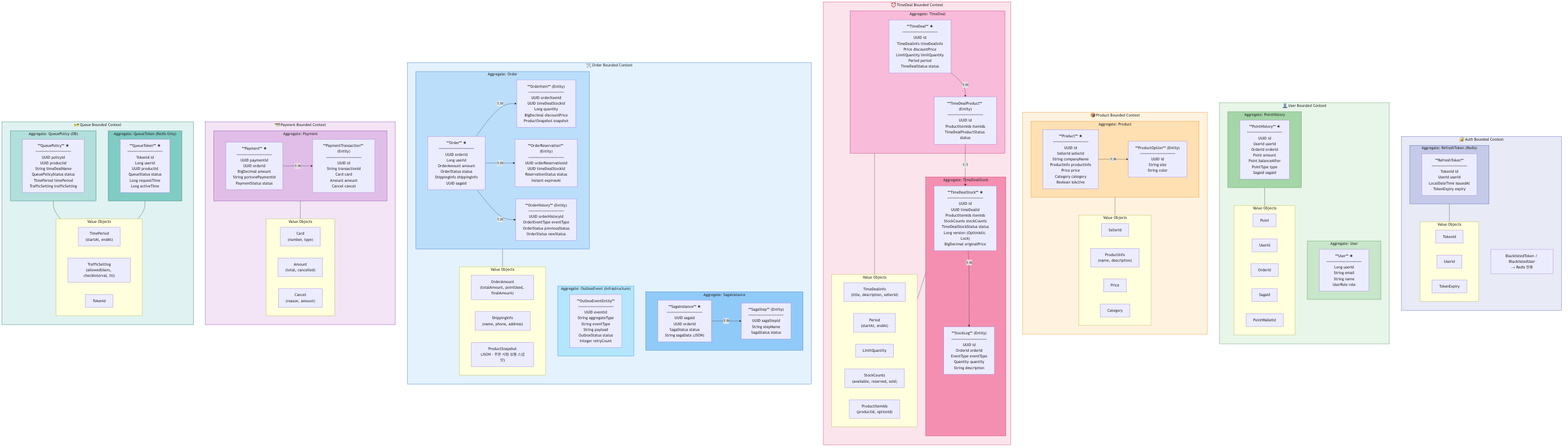
Earlier version of the Mermaid export docs/image/ddd.png (chachohee/rush-deal). Its source is kept beside it as docs/ddd.mmd. Source of this version:
```mermaid
flowchart TB

  subgraph AuthBC["🔐 Auth Bounded Context"]
    direction TB
    subgraph AuthAR["Aggregate: RefreshToken (Redis)"]
      RT["**RefreshToken**\n─────────────\nTokenId id\nUserId userId\nLocalDateTime issuedAt\nTokenExpiry expiry"]
    end
    subgraph AuthVO["Value Objects"]
      direction LR
      VO_TokenId["TokenId"]
      VO_UserId_A["UserId"]
      VO_TokenExpiry["TokenExpiry"]
    end
    AuthAR --- AuthVO
    AuthNote["BlacklistedToken / BlacklistedUser\n→ Redis 전용"]
  end

  subgraph UserBC["👤 User Bounded Context"]
    direction TB
    subgraph UserAR["Aggregate: User"]
      U["**User** ★\n─────────────\nLong userId\nString email\nString name\nUserRole role"]
    end
    subgraph PointAR["Aggregate: PointHistory"]
      PH["**PointHistory** ★\n─────────────\nUUID id\nUserId userId\nOrderId orderId\nPoint amount\nPoint balanceAfter\nPointType type\nSagaId sagaId"]
    end
    subgraph UserVO["Value Objects"]
      direction LR
      VO_Point["Point"]
      VO_UserId_U["UserId"]
      VO_OrderId_U["OrderId"]
      VO_SagaId["SagaId"]
      VO_PointWalletId["PointWalletId"]
    end
    PointAR --- UserVO
  end

  subgraph ProductBC["📦 Product Bounded Context"]
    direction TB
    subgraph ProductAR["Aggregate: Product"]
      P["**Product** ★\n─────────────\nUUID id\nSellerId sellerId\nString companyName\nProductInfo productInfo\nPrice price\nCategory category\nBoolean isActive"]
      PO["**ProductOption** (Entity)\n─────────────\nUUID id\nString size\nString color"]
    end
    P -->|"1:N"| PO
    subgraph ProductVO["Value Objects"]
      direction LR
      VO_SellerId["SellerId"]
      VO_ProductInfo["ProductInfo\n(name, description)"]
      VO_Price_P["Price"]
      VO_Category["Category"]
    end
    ProductAR --- ProductVO
  end

  subgraph TimeDealBC["⏰ TimeDeal Bounded Context"]
    direction TB
    subgraph TimeDealAR["Aggregate: TimeDeal"]
      TD["**TimeDeal** ★\n─────────────\nUUID id\nTimeDealInfo timeDealInfo\nPrice discountPrice\nLimitQuantity limitQuantity\nPeriod period\nTimeDealStatus status"]
      TDP["**TimeDealProduct** (Entity)\n─────────────\nUUID id\nProductItemIds itemIds\nTimeDealProductStatus status"]
    end
    TD -->|"1:N"| TDP
    subgraph StockAR["Aggregate: TimeDealStock"]
      TDS["**TimeDealStock** ★\n─────────────\nUUID id\nUUID timeDealId\nProductItemIds itemIds\nStockCounts stockCounts\nTimeDealStockStatus status\nLong version (Optimistic Lock)\nBigDecimal originalPrice"]
      SL["**StockLog** (Entity)\n─────────────\nUUID id\nOrderId orderId\nEventType eventType\nQuantity quantity\nString description"]
    end
    TDP -->|"1:1"| TDS
    TDS -->|"1:N"| SL
    subgraph TimeDealVO["Value Objects"]
      direction LR
      VO_TimeDealInfo["TimeDealInfo\n(title, description, sellerId)"]
      VO_Period["Period\n(startAt, endAt)"]
      VO_LimitQty["LimitQuantity"]
      VO_StockCounts["StockCounts\n(available, reserved, sold)"]
      VO_ProductItemIds["ProductItemIds\n(productId, optionId)"]
    end
    TimeDealAR --- TimeDealVO
    StockAR --- TimeDealVO
  end

  subgraph OrderBC["🛒 Order Bounded Context"]
    direction TB
    subgraph OrderAR["Aggregate: Order"]
      O["**Order** ★\n─────────────\nUUID orderId\nLong userId\nOrderAmount amount\nOrderStatus status\nShippingInfo shippingInfo\nUUID sagaId"]
      OI["**OrderItem** (Entity)\n─────────────\nUUID orderItemId\nUUID timeDealStockId\nLong quantity\nBigDecimal discountPrice\nProductSnapshot snapshot"]
      OR["**OrderReservation** (Entity)\n─────────────\nUUID orderReservationId\nUUID timeDealStockId\nReservationStatus status\nInstant expiresAt"]
      OH["**OrderHistory** (Entity)\n─────────────\nUUID orderHistoryId\nOrderEventType eventType\nOrderStatus previousStatus\nOrderStatus newStatus"]
    end
    O -->|"1:N"| OI
    O -->|"1:N"| OR
    O -->|"1:N"| OH
    subgraph SagaAR["Aggregate: SagaInstance"]
      SI["**SagaInstance** ★\n─────────────\nUUID sagaId\nUUID orderId\nSagaStatus status\nString sagaData (JSON)"]
      SS["**SagaStep** (Entity)\n─────────────\nUUID sagaStepId\nString stepName\nSagaStatus status"]
    end
    SI -->|"1:N"| SS
    subgraph OutboxAR["Aggregate: OutboxEvent (Infrastructure)"]
      OE["**OutboxEventEntity**\n─────────────\nUUID eventId\nString aggregateType\nString eventType\nString payload\nOutboxStatus status\nInteger retryCount"]
    end
    subgraph OrderVO["Value Objects"]
      direction LR
      VO_OrderAmount["OrderAmount\n(totalAmount, pointUsed, finalAmount)"]
      VO_ShippingInfo["ShippingInfo\n(name, phone, address)"]
      VO_ProductSnapshot["ProductSnapshot\n(JSON - 주문 시점 상품 스냅샷)"]
    end
    OrderAR --- OrderVO
  end

  subgraph PaymentBC["💳 Payment Bounded Context"]
    direction TB
    subgraph PaymentAR["Aggregate: Payment"]
      PAY["**Payment** ★\n─────────────\nUUID paymentId\nUUID orderId\nBigDecimal amount\nString portonePaymentId\nPaymentStatus status"]
      PT["**PaymentTransaction** (Entity)\n─────────────\nUUID id\nString transactionId\nCard card\nAmount amount\nCancel cancel"]
    end
    PAY -->|"1:N"| PT
    subgraph PaymentVO["Value Objects"]
      direction LR
      VO_Card["Card\n(number, type)"]
      VO_Amount["Amount\n(total, cancelled)"]
      VO_Cancel["Cancel\n(reason, amount)"]
    end
    PaymentAR --- PaymentVO
  end

  subgraph QueueBC["🎫 Queue Bounded Context"]
    direction TB
    subgraph QueuePolicyAR["Aggregate: QueuePolicy (DB)"]
      QP["**QueuePolicy** ★\n─────────────\nUUID policyId\nUUID productId\nString timeDealName\nQueuePolicyStatus status\nTimePeriod timePeriod\nTrafficSetting trafficSetting"]
    end
    subgraph QueueTokenAR["Aggregate: QueueToken (Redis Only)"]
      QT["**QueueToken** ★\n─────────────\nTokenId id\nLong userId\nUUID productId\nQueueStatus status\nLong requestTime\nLong activeTime"]
    end
    subgraph QueueVO["Value Objects"]
      direction LR
      VO_TimePeriod["TimePeriod\n(startAt, endAt)"]
      VO_TrafficSetting["TrafficSetting\n(allowedUsers, checkInterval, ttl)"]
      VO_TokenId_Q["TokenId"]
    end
    QueuePolicyAR --- QueueVO
    QueueTokenAR --- QueueVO
  end

  style AuthBC fill:#e8eaf6,stroke:#3f51b5
  style UserBC fill:#e8f5e9,stroke:#388e3c
  style ProductBC fill:#fff3e0,stroke:#f57c00
  style TimeDealBC fill:#fce4ec,stroke:#c2185b
  style OrderBC fill:#e3f2fd,stroke:#1565c0
  style PaymentBC fill:#f3e5f5,stroke:#7b1fa2
  style QueueBC fill:#e0f2f1,stroke:#00695c

  style AuthAR fill:#c5cae9,stroke:#3f51b5
  style UserAR fill:#c8e6c9,stroke:#388e3c
  style PointAR fill:#a5d6a7,stroke:#388e3c
  style ProductAR fill:#ffe0b2,stroke:#f57c00
  style TimeDealAR fill:#f8bbd9,stroke:#c2185b
  style StockAR fill:#f48fb1,stroke:#c2185b
  style OrderAR fill:#bbdefb,stroke:#1565c0
  style SagaAR fill:#90caf9,stroke:#1565c0
  style OutboxAR fill:#b3e5fc,stroke:#0288d1
  style PaymentAR fill:#e1bee7,stroke:#7b1fa2
  style QueuePolicyAR fill:#b2dfdb,stroke:#00695c
  style QueueTokenAR fill:#80cbc4,stroke:#00695c
```
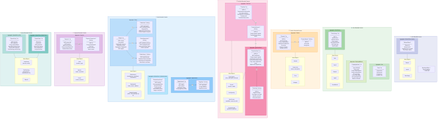
The same diagram one commit later.

Commit message:
docs: add ShippingAddress to ERD and DDD diagrams

The edit, as a diff of the source:
```diff
@@ -19,6 +19,9 @@
     direction TB
     subgraph UserAR["Aggregate: User"]
       U["**User** ★\n─────────────\nLong userId\nString email\nString name\nUserRole role"]
+    end
+    subgraph ShippingAR["Aggregate: ShippingAddress"]
+      SA["**ShippingAddress** ★\n─────────────\nLong addressId\nLong userId\nString recipientName\nString recipientPhone\nString zipCode\nString addressBase\nString addressDetail\nBoolean isDefault"]
     end
     subgraph PointAR["Aggregate: PointHistory"]
       PH["**PointHistory** ★\n─────────────\nUUID id\nUserId userId\nOrderId orderId\nPoint amount\nPoint balanceAfter\nPointType type\nSagaId sagaId"]
@@ -148,6 +151,7 @@
 
   style AuthAR fill:#c5cae9,stroke:#3f51b5
   style UserAR fill:#c8e6c9,stroke:#388e3c
+  style ShippingAR fill:#dcedc8,stroke:#388e3c
   style PointAR fill:#a5d6a7,stroke:#388e3c
   style ProductAR fill:#ffe0b2,stroke:#f57c00
   style TimeDealAR fill:#f8bbd9,stroke:#c2185b
```
